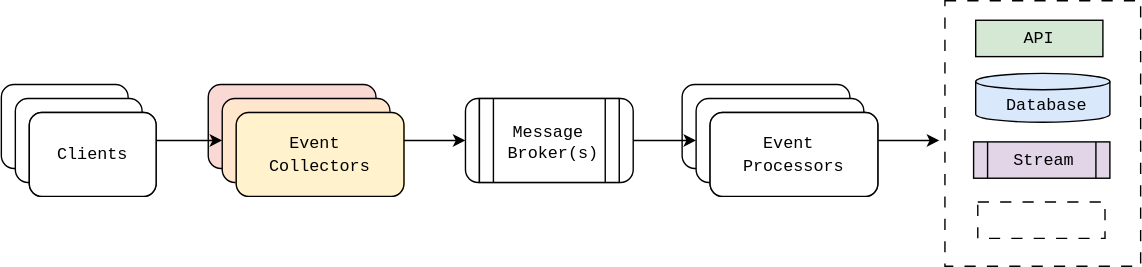
Before: assets/notes/with-terminal-connectors.svg, a diagram exported from draw.io (addu390/addu390.github.io). Source tidied: cells renumbered, new cells last; positions are measured from the earlier drawing's top-left corner, leaving out a move shared by most shapes.
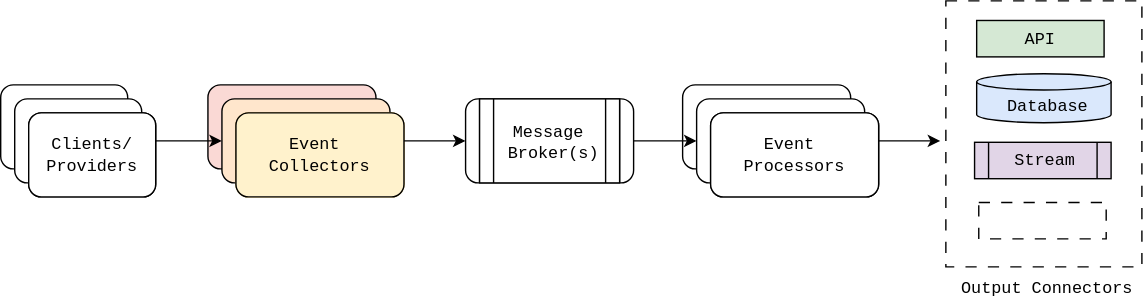
After the commit.

The edit, as a diff of the source:
```diff
@@ -70,7 +70,7 @@
     <mxCell id="23" value="&lt;font face=&quot;monospace, monospace&quot;&gt;Event&amp;nbsp;&lt;/font&gt;&lt;div&gt;&lt;font face=&quot;monospace, monospace&quot;&gt;Processors&lt;/font&gt;&lt;/div&gt;" style="rounded=1;whiteSpace=wrap;html=1;" parent="1" vertex="1">
       <mxGeometry x="507" y="80" width="120" height="60" as="geometry" />
     </mxCell>
-    <mxCell id="24" value="&lt;font face=&quot;monospace, monospace&quot;&gt;Clients&lt;/font&gt;" style="rounded=1;whiteSpace=wrap;html=1;" parent="1" vertex="1">
+    <mxCell id="24" value="&lt;font face=&quot;monospace, monospace&quot;&gt;Clients/&lt;/font&gt;&lt;div&gt;&lt;font face=&quot;monospace, monospace&quot;&gt;Providers&lt;/font&gt;&lt;/div&gt;" style="rounded=1;whiteSpace=wrap;html=1;" parent="1" vertex="1">
       <mxGeometry x="20" y="80" width="90.7" height="60" as="geometry" />
     </mxCell>
     <mxCell id="25" value="&lt;span style=&quot;color: rgb(0, 0, 0); font-family: monospace, monospace; font-size: 12px; font-style: normal; font-variant-ligatures: normal; font-variant-caps: normal; font-weight: 400; letter-spacing: normal; orphans: 2; text-indent: 0px; text-transform: none; widows: 2; word-spacing: 0px; -webkit-text-stroke-width: 0px; white-space: normal; text-decoration-thickness: initial; text-decoration-style: initial; text-decoration-color: initial; float: none; display: inline !important;&quot;&gt;Message&amp;nbsp;&lt;/span&gt;&lt;div&gt;&lt;span style=&quot;color: rgb(0, 0, 0); font-family: monospace, monospace; font-size: 12px; font-style: normal; font-variant-ligatures: normal; font-variant-caps: normal; font-weight: 400; letter-spacing: normal; orphans: 2; text-indent: 0px; text-transform: none; widows: 2; word-spacing: 0px; -webkit-text-stroke-width: 0px; white-space: normal; text-decoration-thickness: initial; text-decoration-style: initial; text-decoration-color: initial; float: none; display: inline !important;&quot;&gt;Broker(s)&lt;/span&gt;&lt;/div&gt;" style="text;whiteSpace=wrap;html=1;labelBackgroundColor=none;align=center;" parent="1" vertex="1">
@@ -82,5 +82,8 @@
     <mxCell id="27" style="rounded=0;whiteSpace=wrap;html=1;fillColor=none;dashed=1;dashPattern=8 8;" parent="1" vertex="1">
       <mxGeometry x="698.5" y="144" width="91" height="26" as="geometry" />
     </mxCell>
+    <mxCell id="28" value="&lt;font face=&quot;monospace, monospace&quot; style=&quot;font-size: 12px;&quot;&gt;Output Connectors&lt;/font&gt;" style="text;html=1;align=center;verticalAlign=middle;whiteSpace=wrap;rounded=0;" parent="1" vertex="1">
+      <mxGeometry x="681" y="196" width="133" height="17" as="geometry" />
+    </mxCell>
   </root>
 </mxGraphModel>
```
